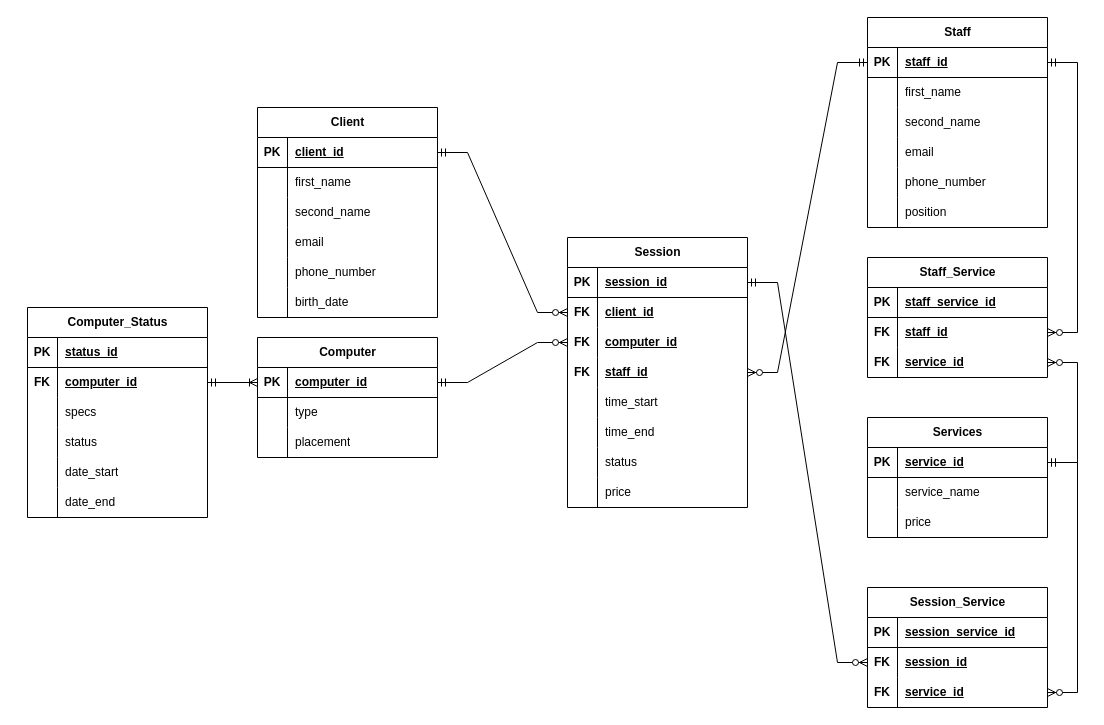
Earlier version of the draw.io diagram docs/Логическая модель.drawio (Senchavichus/NetCafeDB). Source tidied: cells renumbered, new cells numbered last; positions are measured from the earlier drawing's top-left corner, leaving out a move shared by most shapes. Both pictures are drawn from the tidied source at 100%, with x=0, y=0 at pixel (0, 17).
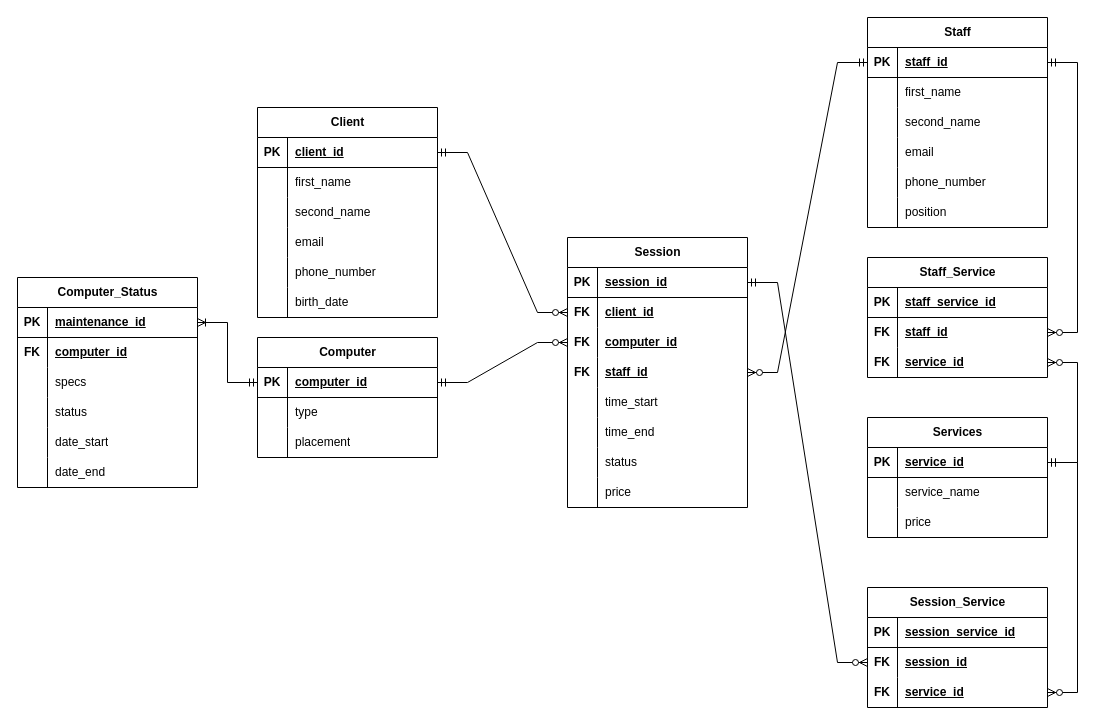
Above is the later version.

Unchanged cells that the change refers to:
```xml
<mxCell id="22" style="shape=tableRow;horizontal=0;startSize=0;swimlaneHead=0;swimlaneBody=0;fillColor=none;points=[[0,0.5],[1,0.5]];portConstraint=eastwest;top=0;left=0;right=0;bottom=1;labelBackgroundColor=none;" parent="21" vertex="1">
  <mxGeometry y="30" width="180" height="30" as="geometry" />
</mxCell>
<mxCell id="113" style="shape=tableRow;horizontal=0;startSize=0;swimlaneHead=0;swimlaneBody=0;fillColor=none;points=[[0,0.5],[1,0.5]];portConstraint=eastwest;top=0;left=0;right=0;bottom=1;" parent="112" vertex="1">
  <mxGeometry y="30" width="180" height="30" as="geometry" />
</mxCell>
<mxCell id="116" style="shape=tableRow;horizontal=0;startSize=0;swimlaneHead=0;swimlaneBody=0;fillColor=none;points=[[0,0.5],[1,0.5]];portConstraint=eastwest;top=0;left=0;right=0;bottom=0;" parent="112" vertex="1">
  <mxGeometry y="60" width="180" height="30" as="geometry" />
</mxCell>
```

What changed in the source:
```diff
@@
     <mxCell id="112" value="Computer_Status" style="shape=table;startSize=30;childLayout=tableLayout;rowLines=0;fontStyle=1;align=center;html=1;" parent="1" vertex="1">
-      <mxGeometry x="27" y="290" width="180" height="210" as="geometry" />
+      <mxGeometry x="17" y="260" width="180" height="210" as="geometry" />
     </mxCell>
@@
-    <mxCell id="115" value="status_id" style="shape=partialRectangle;fillColor=none;top=0;left=0;bottom=0;right=0;align=left;spacingLeft=6;fontStyle=5;overflow=hidden;whiteSpace=wrap;html=1;" parent="113" vertex="1">
+    <mxCell id="115" value="maintenance_id" style="shape=partialRectangle;fillColor=none;top=0;left=0;bottom=0;right=0;align=left;spacingLeft=6;fontStyle=5;overflow=hidden;whiteSpace=wrap;html=1;" parent="113" vertex="1">
       <mxGeometry x="30" width="150" height="30" as="geometry" />
     </mxCell>
@@
-    <mxCell id="131" style="edgeStyle=entityRelationEdgeStyle;fontSize=12;html=1;endArrow=ERoneToMany;startArrow=ERmandOne;rounded=0;entryX=0;entryY=0.5;entryDx=0;entryDy=0;exitX=1;exitY=0.5;exitDx=0;exitDy=0;" parent="1" edge="1" source="116" target="22">
+    <mxCell id="131" style="edgeStyle=entityRelationEdgeStyle;fontSize=12;html=1;endArrow=ERoneToMany;startArrow=ERmandOne;rounded=0;exitX=0;exitY=0.5;exitDx=0;exitDy=0;entryX=1;entryY=0.5;entryDx=0;entryDy=0;" parent="1" edge="1" source="22" target="113">
       <mxGeometry relative="1" as="geometry">
         <Array as="points">
-          <mxPoint x="40" y="525" />
-          <mxPoint x="480" y="485" />
-          <mxPoint y="495" />
-          <mxPoint x="70" y="505" />
-          <mxPoint x="200" y="445" />
+          <mxPoint x="30" y="625" />
+          <mxPoint x="470" y="585" />
+          <mxPoint x="-10" y="595" />
+          <mxPoint x="60" y="605" />
+          <mxPoint x="190" y="545" />
         </Array>
       </mxGeometry>
     </mxCell>
```
